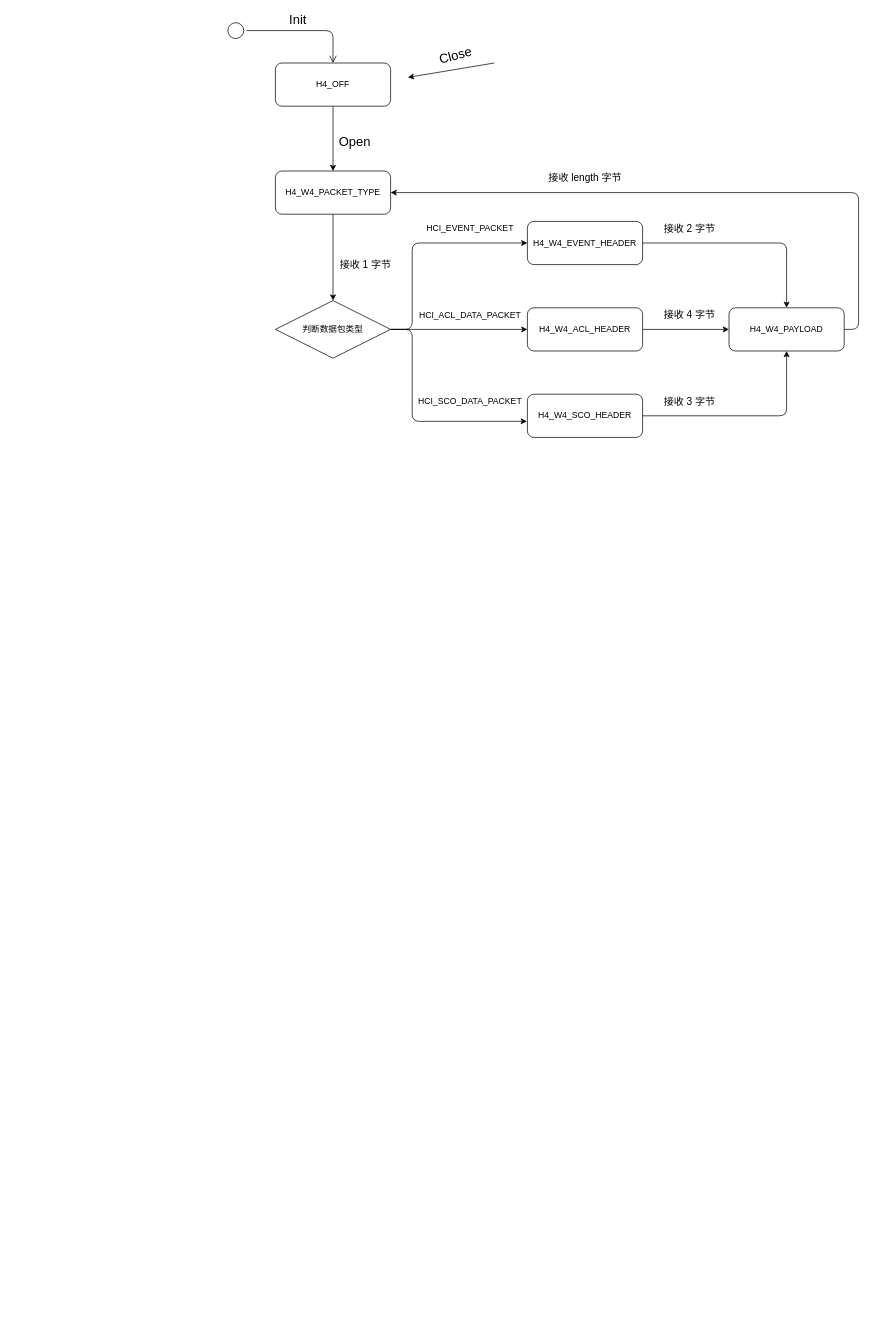
This is docs/images/btstack_hci_transport状态图.drawio from Jackistang/HM, a draw.io file, before an edit. Source tidied: cells renumbered, new cells numbered last; positions are measured from the earlier drawing's top-left corner, leaving out a move shared by most shapes. Both pictures are drawn from the tidied source at 72%, with x=0, y=0 at pixel (225, 19).
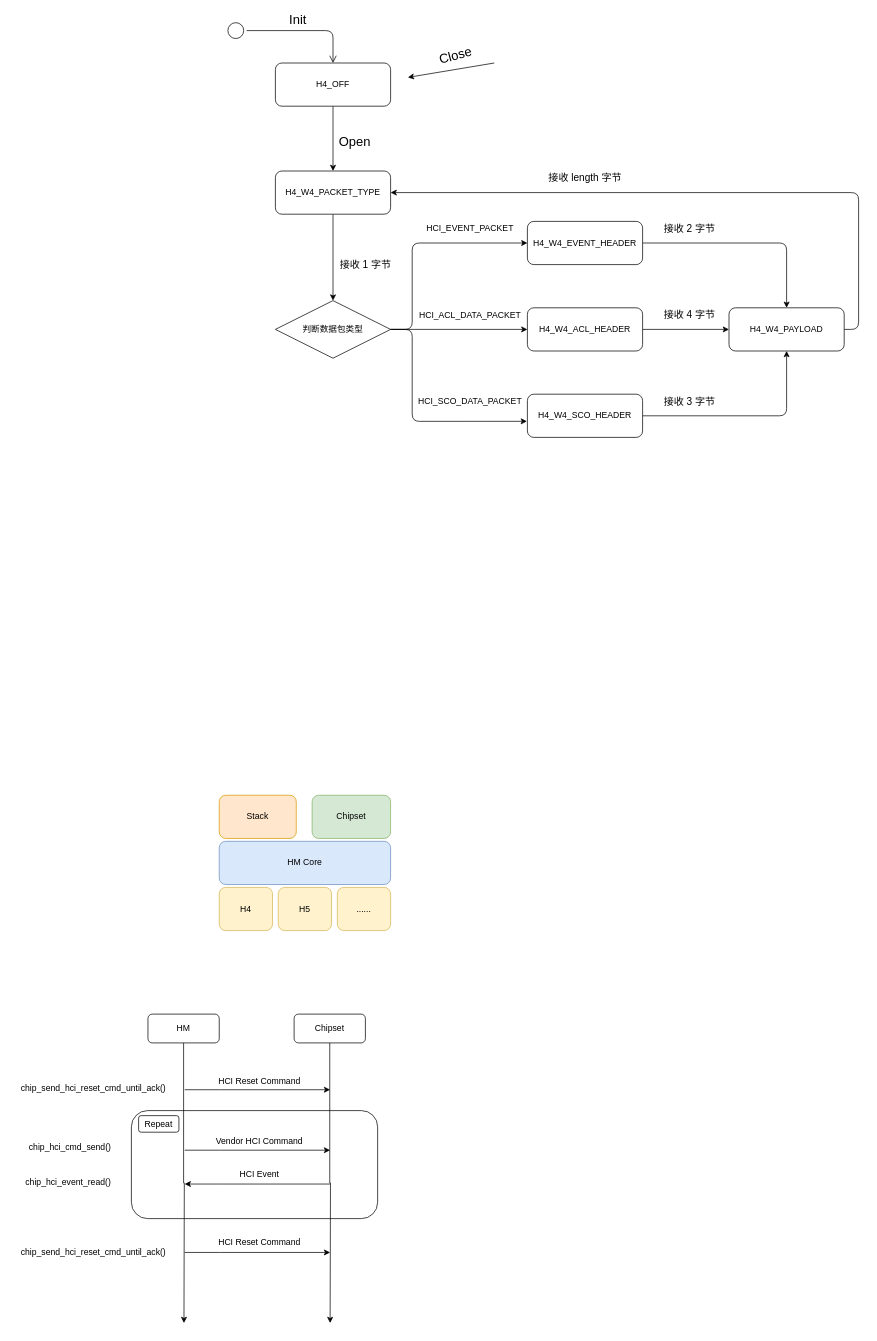
The same page after the edit.

Diff of the diagram source:
```diff
@@
+    <mxCell id="32" style="rounded=1;whiteSpace=wrap;html=1;glass=0;" parent="1" vertex="1">
+      <mxGeometry x="-130" y="1515" width="342" height="150" as="geometry" />
+    </mxCell>
@@
+    <mxCell id="33" value="HM Core" style="rounded=1;whiteSpace=wrap;html=1;fillColor=#dae8fc;strokeColor=#6c8ebf;" parent="1" vertex="1">
+      <mxGeometry x="-8" y="1141" width="238" height="60" as="geometry" />
+    </mxCell>
+    <mxCell id="34" value="Stack" style="rounded=1;whiteSpace=wrap;html=1;fillColor=#ffe6cc;strokeColor=#d79b00;" parent="1" vertex="1">
+      <mxGeometry x="-8" y="1077" width="107" height="60" as="geometry" />
+    </mxCell>
+    <mxCell id="35" value="Chipset" style="rounded=1;whiteSpace=wrap;html=1;fillColor=#d5e8d4;strokeColor=#82b366;" parent="1" vertex="1">
+      <mxGeometry x="121" y="1077" width="109" height="60" as="geometry" />
+    </mxCell>
+    <mxCell id="36" value="H4" style="rounded=1;whiteSpace=wrap;html=1;fillColor=#fff2cc;strokeColor=#d6b656;" parent="1" vertex="1">
+      <mxGeometry x="-8" y="1205" width="74" height="60" as="geometry" />
+    </mxCell>
+    <mxCell id="37" value="H5" style="rounded=1;whiteSpace=wrap;html=1;fillColor=#fff2cc;strokeColor=#d6b656;" parent="1" vertex="1">
+      <mxGeometry x="74" y="1205" width="74" height="60" as="geometry" />
+    </mxCell>
+    <mxCell id="38" value="......" style="rounded=1;whiteSpace=wrap;html=1;fillColor=#fff2cc;strokeColor=#d6b656;" parent="1" vertex="1">
+      <mxGeometry x="156" y="1205" width="74" height="60" as="geometry" />
+    </mxCell>
+    <mxCell id="39" style="edgeStyle=orthogonalEdgeStyle;rounded=0;jettySize=auto;html=1;exitX=0.5;exitY=1;exitDx=0;exitDy=0;" parent="1" edge="1" source="41">
+      <mxGeometry relative="1" as="geometry">
+        <mxPoint x="-57" y="1810" as="targetPoint" />
+      </mxGeometry>
+    </mxCell>
+    <mxCell id="40" style="edgeStyle=orthogonalEdgeStyle;rounded=0;orthogonalLoop=1;jettySize=auto;html=1;" parent="1" edge="1">
+      <mxGeometry relative="1" as="geometry">
+        <mxPoint x="-56" y="1486" as="sourcePoint" />
+        <mxPoint x="146" y="1486" as="targetPoint" />
+        <Array as="points">
+          <mxPoint x="-8" y="1486" />
+          <mxPoint x="146" y="1486" />
+        </Array>
+      </mxGeometry>
+    </mxCell>
+    <mxCell id="41" value="HM" style="rounded=1;whiteSpace=wrap;html=1;" parent="1" vertex="1">
+      <mxGeometry x="-107" y="1381" width="99" height="40" as="geometry" />
+    </mxCell>
+    <mxCell id="42" style="edgeStyle=orthogonalEdgeStyle;rounded=0;jettySize=auto;html=1;exitX=0.5;exitY=1;exitDx=0;exitDy=0;" parent="1" edge="1" source="43">
+      <mxGeometry relative="1" as="geometry">
+        <mxPoint x="146" y="1810" as="targetPoint" />
+      </mxGeometry>
+    </mxCell>
+    <mxCell id="43" value="Chipset" style="rounded=1;whiteSpace=wrap;html=1;" parent="1" vertex="1">
+      <mxGeometry x="96" y="1381" width="99" height="40" as="geometry" />
+    </mxCell>
+    <mxCell id="44" style="edgeStyle=orthogonalEdgeStyle;rounded=0;orthogonalLoop=1;jettySize=auto;html=1;startArrow=classic;startFill=1;endArrow=none;endFill=0;" parent="1" edge="1">
+      <mxGeometry relative="1" as="geometry">
+        <mxPoint x="-56" y="1617" as="sourcePoint" />
+        <mxPoint x="146" y="1617" as="targetPoint" />
+        <Array as="points">
+          <mxPoint x="-8" y="1617" />
+          <mxPoint x="146" y="1617" />
+        </Array>
+      </mxGeometry>
+    </mxCell>
+    <mxCell id="45" style="edgeStyle=orthogonalEdgeStyle;rounded=0;orthogonalLoop=1;jettySize=auto;html=1;" parent="1" edge="1">
+      <mxGeometry relative="1" as="geometry">
+        <mxPoint x="-56" y="1570" as="sourcePoint" />
+        <mxPoint x="146" y="1570" as="targetPoint" />
+        <Array as="points">
+          <mxPoint x="-8" y="1570" />
+          <mxPoint x="146" y="1570" />
+        </Array>
+      </mxGeometry>
+    </mxCell>
+    <mxCell id="46" style="edgeStyle=orthogonalEdgeStyle;rounded=0;orthogonalLoop=1;jettySize=auto;html=1;" parent="1" edge="1">
+      <mxGeometry relative="1" as="geometry">
+        <mxPoint x="-56" y="1712" as="sourcePoint" />
+        <mxPoint x="146" y="1712" as="targetPoint" />
+        <Array as="points">
+          <mxPoint x="-8" y="1712" />
+          <mxPoint x="146" y="1712" />
+        </Array>
+      </mxGeometry>
+    </mxCell>
+    <mxCell id="47" value="HCI Reset Command" style="text;html=1;strokeColor=none;fillColor=none;align=center;verticalAlign=middle;whiteSpace=wrap;rounded=0;" parent="1" vertex="1">
+      <mxGeometry x="-33" y="1464" width="162" height="20" as="geometry" />
+    </mxCell>
+    <mxCell id="48" value="Vendor HCI Command" style="text;html=1;strokeColor=none;fillColor=none;align=center;verticalAlign=middle;whiteSpace=wrap;rounded=0;" parent="1" vertex="1">
+      <mxGeometry x="-33" y="1548" width="162" height="20" as="geometry" />
+    </mxCell>
+    <mxCell id="49" value="HCI Event" style="text;html=1;strokeColor=none;fillColor=none;align=center;verticalAlign=middle;whiteSpace=wrap;rounded=0;" parent="1" vertex="1">
+      <mxGeometry x="-33" y="1594" width="162" height="20" as="geometry" />
+    </mxCell>
+    <mxCell id="50" value="HCI Reset Command" style="text;html=1;strokeColor=none;fillColor=none;align=center;verticalAlign=middle;whiteSpace=wrap;rounded=0;" parent="1" vertex="1">
+      <mxGeometry x="-33" y="1688" width="162" height="20" as="geometry" />
+    </mxCell>
+    <mxCell id="51" value="chip_send_hci_reset_cmd_until_ack()" style="text;html=1;strokeColor=none;fillColor=none;align=center;verticalAlign=middle;whiteSpace=wrap;rounded=0;" parent="1" vertex="1">
+      <mxGeometry x="-291" y="1474" width="217" height="20" as="geometry" />
+    </mxCell>
+    <mxCell id="52" value="chip_send_hci_reset_cmd_until_ack()" style="text;html=1;strokeColor=none;fillColor=none;align=center;verticalAlign=middle;whiteSpace=wrap;rounded=0;" parent="1" vertex="1">
+      <mxGeometry x="-291" y="1702" width="217" height="20" as="geometry" />
+    </mxCell>
+    <mxCell id="53" value="chip_hci_cmd_send()" style="text;html=1;strokeColor=none;fillColor=none;align=center;verticalAlign=middle;whiteSpace=wrap;rounded=0;" parent="1" vertex="1">
+      <mxGeometry x="-295" y="1556" width="160" height="20" as="geometry" />
+    </mxCell>
+    <mxCell id="54" value="chip_hci_event_read()" style="text;html=1;strokeColor=none;fillColor=none;align=center;verticalAlign=middle;whiteSpace=wrap;rounded=0;" parent="1" vertex="1">
+      <mxGeometry x="-294" y="1605" width="153" height="20" as="geometry" />
+    </mxCell>
+    <mxCell id="55" value="Repeat" style="rounded=1;whiteSpace=wrap;html=1;" parent="1" vertex="1">
+      <mxGeometry x="-120" y="1522" width="56" height="23" as="geometry" />
+    </mxCell>
```
